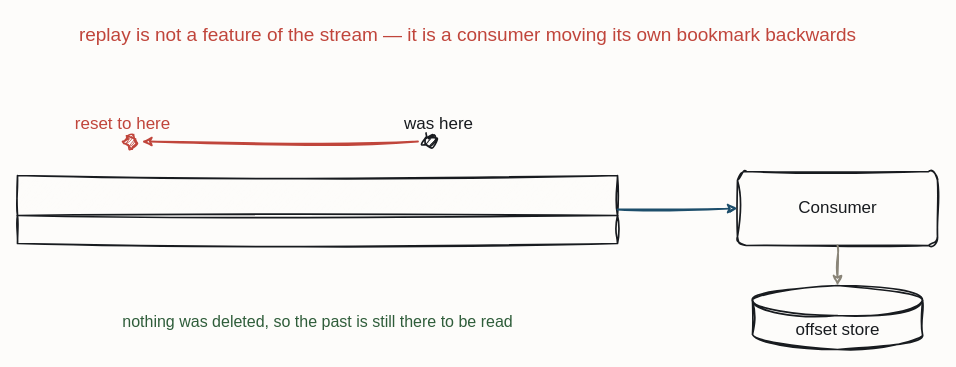
This is resources/qs-stream-replay.drawio from iancooper/practical-messaging, a draw.io file, before an edit. Source tidied: cells renumbered, new cells numbered last; positions are measured from the earlier drawing's top-left corner, leaving out a move shared by most shapes. Both pictures are drawn from the tidied source at 100%, with x=0, y=0 at pixel (17, 17).
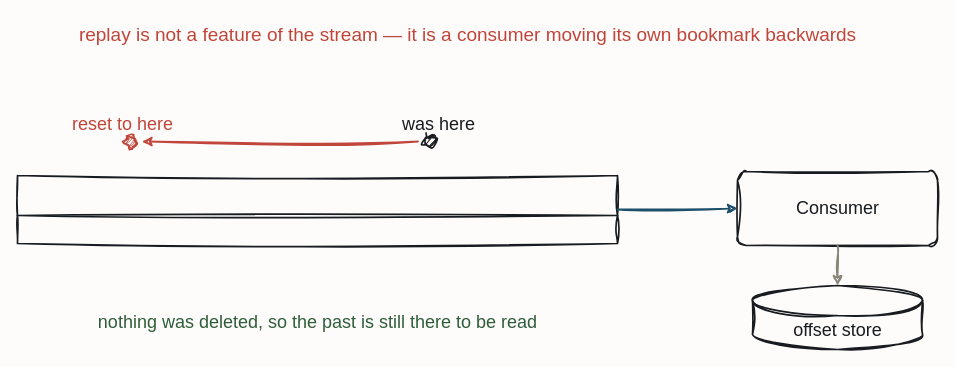
The same diagram, later.

Diff of the diagram source:
```diff
@@
 <mxGraphModel background="#FDFCFA">
   <root>
     <mxCell id="0" />
     <mxCell id="1" parent="0" />
     <mxCell id="2" value="replay is not a feature of the stream — it is a consumer moving its own bookmark backwards" style="text;html=1;align=center;fontFamily=Caveat;fontSize=19;fontColor=#C0453B;" parent="1" vertex="1">
       <mxGeometry x="390" width="120" height="20" as="geometry" />
     </mxCell>
     <mxCell id="3" style="sketch=1;hachureGap=4;jiggle=2;curveFitting=1;fontFamily=Caveat;html=1;shape=table;childLayout=tableLayout;verticalLabelPosition=bottom;verticalAlign=top;strokeColor=#181B1F;strokeWidth=1.7;fillColor=#FDFCFA;fontColor=#181B1F;fontSize=17;" parent="1" vertex="1">
       <mxGeometry y="158" width="600" height="68" as="geometry" />
     </mxCell>
     <mxCell id="4" style="sketch=1;hachureGap=4;jiggle=2;curveFitting=1;fontFamily=Caveat;html=1;ellipse;verticalLabelPosition=bottom;verticalAlign=top;strokeColor=#181B1F;strokeWidth=1.7;fillColor=#181B1F;fontColor=#181B1F;fontSize=14;" parent="1" vertex="1">
       <mxGeometry x="406.5" y="118" width="12" height="12" as="geometry" />
     </mxCell>
-    <mxCell id="5" value="was here" style="text;html=1;align=center;fontFamily=Caveat;fontSize=17;fontColor=#181B1F;" parent="1" vertex="1">
+    <mxCell id="5" value="was here" style="text;html=1;align=center;fontFamily=Caveat;fontSize=18;fontColor=#181B1F;" parent="1" vertex="1">
       <mxGeometry x="360.5" y="90" width="120" height="20" as="geometry" />
     </mxCell>
     <mxCell id="6" style="sketch=1;hachureGap=4;jiggle=2;curveFitting=1;fontFamily=Caveat;html=1;ellipse;verticalLabelPosition=bottom;verticalAlign=top;strokeColor=#C0453B;strokeWidth=1.7;fillColor=#C0453B;fontColor=#C0453B;fontSize=14;" parent="1" vertex="1">
       <mxGeometry x="106.5" y="118" width="12" height="12" as="geometry" />
     </mxCell>
-    <mxCell id="7" value="reset to here" style="text;html=1;align=center;fontFamily=Caveat;fontSize=17;fontColor=#C0453B;" parent="1" vertex="1">
+    <mxCell id="7" value="reset to here" style="text;html=1;align=center;fontFamily=Caveat;fontSize=18;fontColor=#C0453B;" parent="1" vertex="1">
       <mxGeometry x="44.5" y="90" width="120" height="20" as="geometry" />
     </mxCell>
-    <mxCell id="8" value="Consumer" style="sketch=1;hachureGap=4;jiggle=2;curveFitting=1;fontFamily=Caveat;html=1;rounded=1;arcSize=12;strokeColor=#181B1F;strokeWidth=1.7;fillColor=none;fontColor=#181B1F;fontSize=17;" parent="1" vertex="1">
+    <mxCell id="8" value="Consumer" style="sketch=1;hachureGap=4;jiggle=2;curveFitting=1;fontFamily=Caveat;html=1;rounded=1;arcSize=12;strokeColor=#181B1F;strokeWidth=1.7;fillColor=none;fontColor=#181B1F;fontSize=18;" parent="1" vertex="1">
       <mxGeometry x="720" y="154" width="200" height="74" as="geometry" />
     </mxCell>
-    <mxCell id="9" value="offset store" style="sketch=1;hachureGap=4;jiggle=2;curveFitting=1;fontFamily=Caveat;html=1;shape=cylinder3;boundedLbl=1;backgroundOutline=1;strokeColor=#181B1F;strokeWidth=1.7;fillColor=none;fontColor=#181B1F;fontSize=17;" parent="1" vertex="1">
+    <mxCell id="9" value="offset store" style="sketch=1;hachureGap=4;jiggle=2;curveFitting=1;fontFamily=Caveat;html=1;shape=cylinder3;boundedLbl=1;backgroundOutline=1;strokeColor=#181B1F;strokeWidth=1.7;fillColor=none;fontColor=#181B1F;fontSize=18;" parent="1" vertex="1">
       <mxGeometry x="735" y="268" width="170" height="64" as="geometry" />
     </mxCell>
-    <mxCell id="10" value="nothing was deleted, so the past is still there to be read" style="text;html=1;align=center;fontFamily=Caveat;fontSize=16;fontColor=#2F5D3A;" parent="1" vertex="1">
+    <mxCell id="10" value="nothing was deleted, so the past is still there to be read" style="text;html=1;align=center;fontFamily=Caveat;fontSize=18;fontColor=#2F5D3A;" parent="1" vertex="1">
       <mxGeometry x="240" y="288" width="120" height="20" as="geometry" />
     </mxCell>
-    <mxCell id="11" style="sketch=1;jiggle=2;curveFitting=1;edgeStyle=none;rounded=0;strokeColor=#C0453B;strokeWidth=1.8;fontFamily=Caveat;fontSize=17;fontColor=#C0453B;html=1;" parent="1" edge="1">
+    <mxCell id="11" style="sketch=1;jiggle=2;curveFitting=1;edgeStyle=none;rounded=0;strokeColor=#C0453B;strokeWidth=1.8;fontFamily=Caveat;fontSize=18;fontColor=#C0453B;html=1;" parent="1" edge="1">
       <mxGeometry relative="1" as="geometry">
         <mxPoint x="400.5" y="124" as="sourcePoint" />
         <mxPoint x="124.5" y="124" as="targetPoint" />
       </mxGeometry>
     </mxCell>
-    <mxCell id="12" style="sketch=1;jiggle=2;curveFitting=1;edgeStyle=none;rounded=0;strokeColor=#1D4E6B;strokeWidth=1.8;fontFamily=Caveat;fontSize=17;fontColor=#1D4E6B;html=1;exitX=1.0;exitY=0.5;exitDx=0;exitDy=0;entryX=0.0;entryY=0.5;entryDx=0;entryDy=0;" parent="1" edge="1" source="3" target="8">
+    <mxCell id="12" style="sketch=1;jiggle=2;curveFitting=1;edgeStyle=none;rounded=0;strokeColor=#1D4E6B;strokeWidth=1.8;fontFamily=Caveat;fontSize=18;fontColor=#1D4E6B;html=1;exitX=1.0;exitY=0.5;exitDx=0;exitDy=0;entryX=0.0;entryY=0.5;entryDx=0;entryDy=0;" parent="1" edge="1" source="3" target="8">
       <mxGeometry relative="1" as="geometry" />
     </mxCell>
-    <mxCell id="13" style="sketch=1;jiggle=2;curveFitting=1;edgeStyle=none;rounded=0;strokeColor=#8A8578;strokeWidth=1.8;fontFamily=Caveat;fontSize=17;fontColor=#2F5D3A;html=1;exitX=0.5;exitY=1.0;exitDx=0;exitDy=0;entryX=0.5;entryY=0.0;entryDx=0;entryDy=0;" parent="1" edge="1" source="8" target="9">
+    <mxCell id="13" style="sketch=1;jiggle=2;curveFitting=1;edgeStyle=none;rounded=0;strokeColor=#8A8578;strokeWidth=1.8;fontFamily=Caveat;fontSize=18;fontColor=#2F5D3A;html=1;exitX=0.5;exitY=1.0;exitDx=0;exitDy=0;entryX=0.5;entryY=0.0;entryDx=0;entryDy=0;" parent="1" edge="1" source="8" target="9">
       <mxGeometry relative="1" as="geometry" />
     </mxCell>
   </root>
 </mxGraphModel>
```
